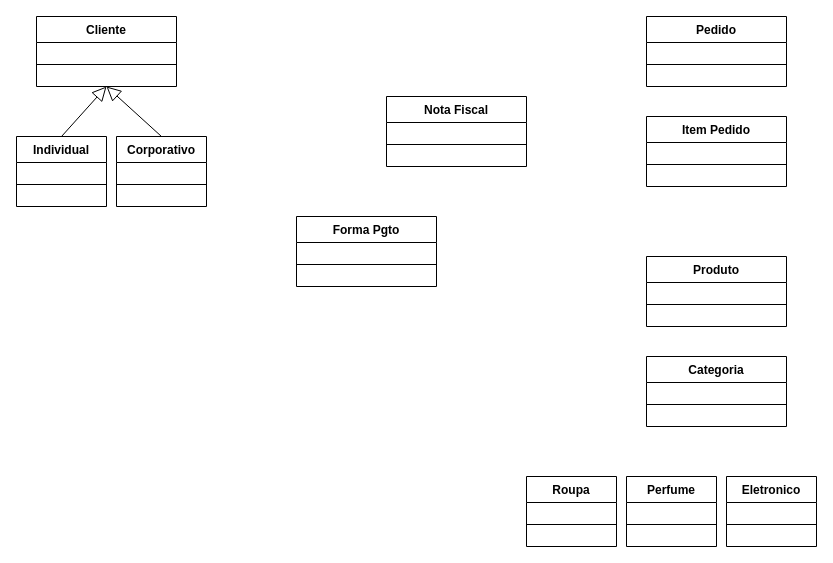
loui674/Diagramas-de-Caso-de-Uso keeps this draw.io diagram as TarefaENG-REQ.drawio. Above is the earlier version. Source tidied: cells renumbered, new cells numbered last; positions are measured from the earlier drawing's top-left corner, leaving out a move shared by most shapes. Both pictures are drawn from the tidied source at 100%, with x=0, y=0 at pixel (16, 16).
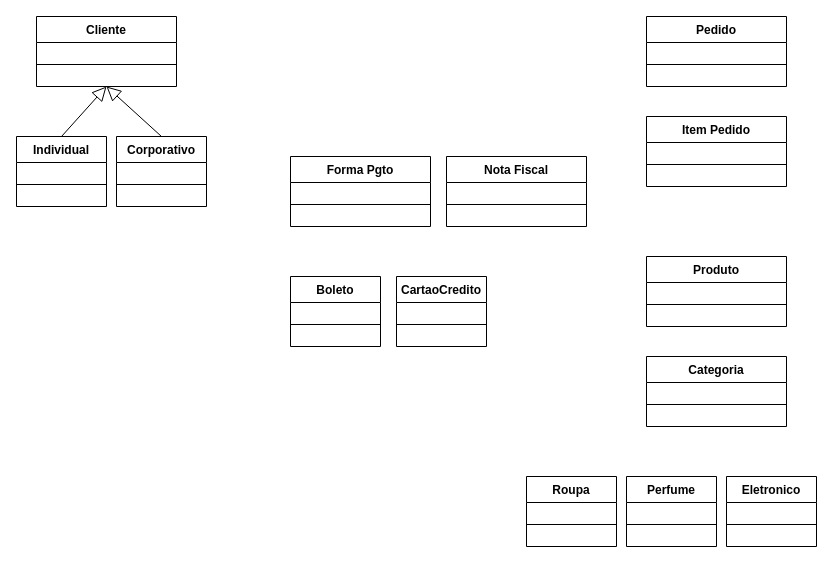
The same page after the edit.

What changed in the source:
```diff
@@
     <mxCell id="8" value="Nota Fiscal" style="swimlane;fontStyle=1;align=center;verticalAlign=top;horizontal=1;startSize=26;" parent="1" vertex="1">
-      <mxGeometry x="370" y="80" width="140" height="70" as="geometry" />
+      <mxGeometry x="430" y="140" width="140" height="70" as="geometry" />
     </mxCell>
@@
     <mxCell id="26" value="Forma Pgto" style="swimlane;fontStyle=1;align=center;verticalAlign=top;horizontal=1;startSize=26;" parent="1" vertex="1">
-      <mxGeometry x="280" y="200" width="140" height="70" as="geometry" />
+      <mxGeometry x="274" y="140" width="140" height="70" as="geometry" />
     </mxCell>
@@
+    <mxCell id="28" value="Boleto" style="swimlane;fontStyle=1;align=center;verticalAlign=top;horizontal=1;startSize=26;" parent="1" vertex="1">
+      <mxGeometry x="274" y="260" width="90" height="70" as="geometry" />
+    </mxCell>
+    <mxCell id="29" style="line;strokeWidth=1;fillColor=none;align=left;verticalAlign=middle;spacingTop=-1;spacingLeft=3;spacingRight=3;labelPosition=right;strokeColor=inherit;" parent="28" vertex="1">
+      <mxGeometry y="26" width="90" height="44" as="geometry" />
+    </mxCell>
+    <mxCell id="30" value="CartaoCredito" style="swimlane;fontStyle=1;align=center;verticalAlign=top;horizontal=1;startSize=26;" parent="1" vertex="1">
+      <mxGeometry x="380" y="260" width="90" height="70" as="geometry" />
+    </mxCell>
+    <mxCell id="31" style="line;strokeWidth=1;fillColor=none;align=left;verticalAlign=middle;spacingTop=-1;spacingLeft=3;spacingRight=3;labelPosition=right;strokeColor=inherit;" parent="30" vertex="1">
+      <mxGeometry y="26" width="90" height="44" as="geometry" />
+    </mxCell>
```
